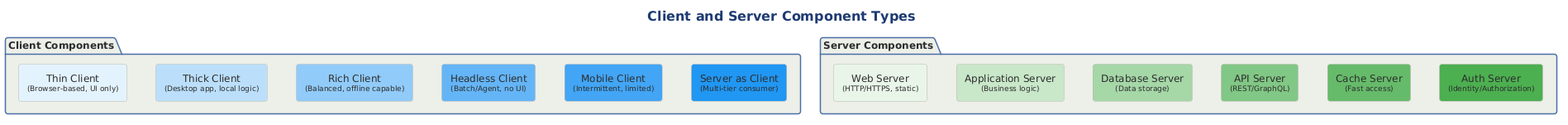
This is src/architecture/views-and-beyond/style-catalogs/component-and-connector/client-server-style/png/client-and-server-component-types.png from Notoriousjayy/latex-docs, a PlantUML export, as it was before one commit.
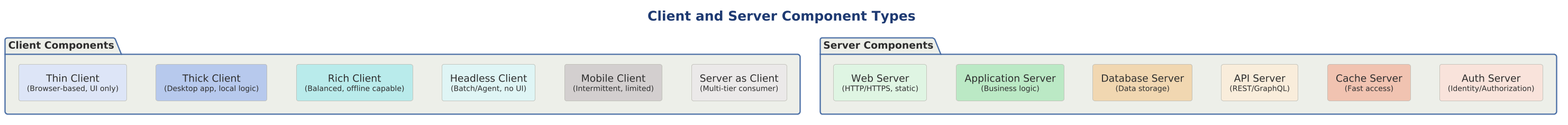
After the change.

The edit, as a diff of the source:
```diff
@@ -1,25 +1,30 @@
 @startuml
+
+skinparam dpi 150
+
+
+
 
 title Client and Server Component Types
 
 !include ../../../../../../tooling/styles/plantuml/structural/package-diagram-style.iuml
 
 package "Client Components" {
-    rectangle "Thin Client\n<size:9>(Browser-based, UI only)</size>" as TC #E3F2FD
-    rectangle "Thick Client\n<size:9>(Desktop app, local logic)</size>" as ThC #BBDEFB
-    rectangle "Rich Client\n<size:9>(Balanced, offline capable)</size>" as RC #90CAF9
-    rectangle "Headless Client\n<size:9>(Batch/Agent, no UI)</size>" as HC #64B5F6
-    rectangle "Mobile Client\n<size:9>(Intermittent, limited)</size>" as MC #42A5F5
-    rectangle "Server as Client\n<size:9>(Multi-tier consumer)</size>" as SC #2196F3
+    rectangle "Thin Client\n<size:9>(Browser-based, UI only)</size>" as TC $fill_primary
+    rectangle "Thick Client\n<size:9>(Desktop app, local logic)</size>" as ThC $deep_primary
+    rectangle "Rich Client\n<size:9>(Balanced, offline capable)</size>" as RC $deep_dynamic
+    rectangle "Headless Client\n<size:9>(Batch/Agent, no UI)</size>" as HC $fill_dynamic
+    rectangle "Mobile Client\n<size:9>(Intermittent, limited)</size>" as MC $deep_neutral
+    rectangle "Server as Client\n<size:9>(Multi-tier consumer)</size>" as SC $fill_neutral
 }
 
 package "Server Components" {
-    rectangle "Web Server\n<size:9>(HTTP/HTTPS, static)</size>" as WS #E8F5E9
-    rectangle "Application Server\n<size:9>(Business logic)</size>" as AS #C8E6C9
-    rectangle "Database Server\n<size:9>(Data storage)</size>" as DS #A5D6A7
-    rectangle "API Server\n<size:9>(REST/GraphQL)</size>" as APIS #81C784
-    rectangle "Cache Server\n<size:9>(Fast access)</size>" as CS #66BB6A
-    rectangle "Auth Server\n<size:9>(Identity/Authorization)</size>" as AUS #4CAF50
+    rectangle "Web Server\n<size:9>(HTTP/HTTPS, static)</size>" as WS $fill_ok
+    rectangle "Application Server\n<size:9>(Business logic)</size>" as AS $deep_ok
+    rectangle "Database Server\n<size:9>(Data storage)</size>" as DS $deep_caution
+    rectangle "API Server\n<size:9>(REST/GraphQL)</size>" as APIS $fill_caution
+    rectangle "Cache Server\n<size:9>(Fast access)</size>" as CS $deep_invalid
+    rectangle "Auth Server\n<size:9>(Identity/Authorization)</size>" as AUS $fill_invalid
 }
 
 TC -[hidden]r- ThC
```
